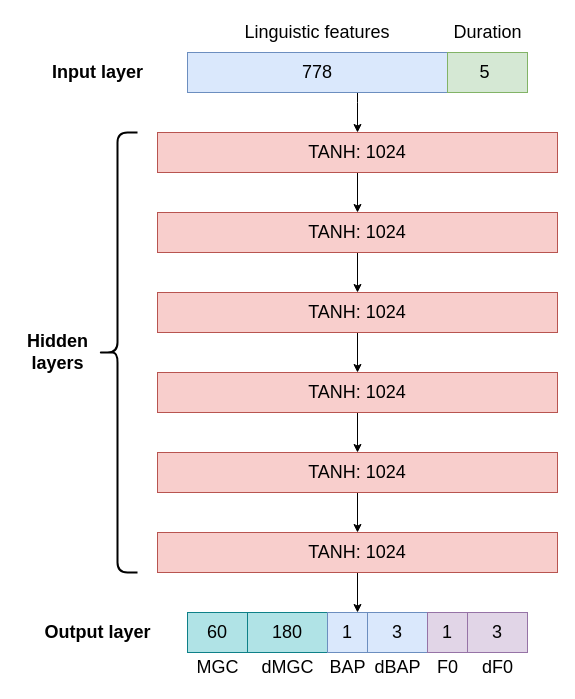
Above: image/acoustic.drawio in trungkien110298/thesis (draw.io), before the change. Source tidied: cells renumbered, new cells numbered last; positions are measured from the earlier drawing's top-left corner, leaving out a move shared by most shapes. Both pictures are drawn from the tidied source at 100%, with x=0, y=0 at pixel (17, 17).
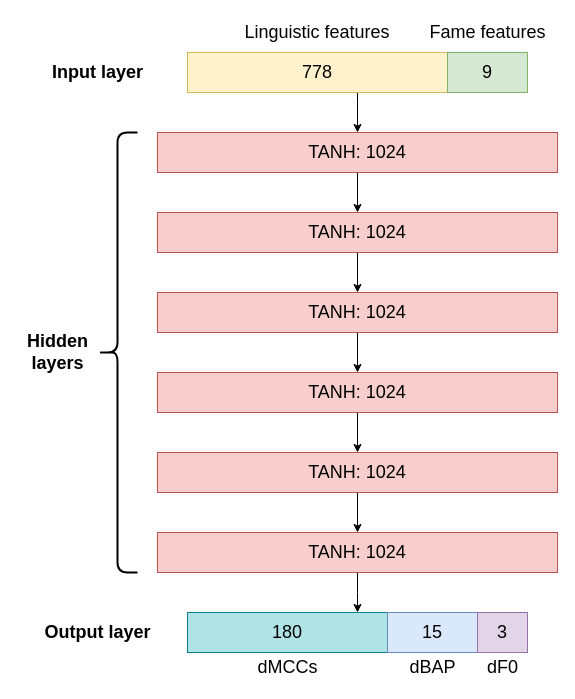
After the change.

Unchanged cells that the change refers to:
```xml
<mxCell id="15" value="TANH: 1024" style="rounded=0;whiteSpace=wrap;html=1;rotation=0;fillColor=#f8cecc;strokeColor=#b85450;fontSize=18;" parent="1" vertex="1">
  <mxGeometry x="140" y="515" width="400" height="40" as="geometry" />
</mxCell>
```

The edit, as a diff of the source:
```diff
@@
-    <mxCell id="3" value="778" style="rounded=0;whiteSpace=wrap;html=1;rotation=0;fillColor=#dae8fc;strokeColor=#6c8ebf;fontSize=18;" parent="1" vertex="1">
+    <mxCell id="3" value="778" style="rounded=0;whiteSpace=wrap;html=1;rotation=0;fillColor=#fff2cc;strokeColor=#d6b656;fontSize=18;" parent="1" vertex="1">
       <mxGeometry x="170" y="35" width="260" height="40" as="geometry" />
     </mxCell>
@@
-    <mxCell id="14" style="edgeStyle=orthogonalEdgeStyle;rounded=0;jettySize=auto;html=1;entryX=0.75;entryY=0;entryDx=0;entryDy=0;fontSize=18;" parent="1" edge="1" source="15" target="23">
-      <mxGeometry relative="1" as="geometry" />
+    <mxCell id="14" style="edgeStyle=orthogonalEdgeStyle;rounded=0;jettySize=auto;html=1;entryX=0.75;entryY=0;entryDx=0;entryDy=0;fontSize=18;" parent="1" edge="1" source="15">
+      <mxGeometry relative="1" as="geometry">
+        <mxPoint x="340" y="595" as="targetPoint" />
+      </mxGeometry>
     </mxCell>
@@
-    <mxCell id="17" value="5&amp;nbsp;" style="rounded=0;whiteSpace=wrap;html=1;rotation=0;fillColor=#d5e8d4;strokeColor=#82b366;fontSize=18;" parent="1" vertex="1">
+    <mxCell id="17" value="9" style="rounded=0;whiteSpace=wrap;html=1;rotation=0;fillColor=#d5e8d4;strokeColor=#82b366;fontSize=18;" parent="1" vertex="1">
       <mxGeometry x="430" y="35" width="80" height="40" as="geometry" />
     </mxCell>
-    <mxCell id="18" value="Duration" style="text;html=1;align=center;verticalAlign=middle;fontSize=18;" parent="1" vertex="1">
-      <mxGeometry x="430" width="80" height="30" as="geometry" />
+    <mxCell id="18" value="Fame features" style="text;html=1;align=center;verticalAlign=middle;fontSize=18;" parent="1" vertex="1">
+      <mxGeometry x="405" width="130" height="30" as="geometry" />
     </mxCell>
-    <mxCell id="19" value="60" style="rounded=0;whiteSpace=wrap;html=1;rotation=0;fillColor=#b0e3e6;strokeColor=#0e8088;fontSize=18;" parent="1" vertex="1">
-      <mxGeometry x="170" y="595" width="60" height="40" as="geometry" />
-    </mxCell>
-    <mxCell id="20" value="MGC" style="text;html=1;align=center;verticalAlign=middle;fontSize=18;" parent="1" vertex="1">
-      <mxGeometry x="170" y="635" width="60" height="30" as="geometry" />
-    </mxCell>
     <mxCell id="21" value="180" style="rounded=0;whiteSpace=wrap;html=1;rotation=0;fillColor=#b0e3e6;strokeColor=#0e8088;fontSize=18;" parent="1" vertex="1">
-      <mxGeometry x="230" y="595" width="80" height="40" as="geometry" />
+      <mxGeometry x="170" y="595" width="200" height="40" as="geometry" />
     </mxCell>
-    <mxCell id="22" value="dMGC" style="text;html=1;align=center;verticalAlign=middle;fontSize=18;" parent="1" vertex="1">
-      <mxGeometry x="235" y="635" width="70" height="30" as="geometry" />
+    <mxCell id="22" value="dMCCs" style="text;html=1;align=center;verticalAlign=middle;fontSize=18;" parent="1" vertex="1">
+      <mxGeometry x="230" y="635" width="80" height="30" as="geometry" />
     </mxCell>
-    <mxCell id="23" value="1" style="rounded=0;whiteSpace=wrap;html=1;rotation=0;fillColor=#dae8fc;strokeColor=#6c8ebf;fontSize=18;" parent="1" vertex="1">
-      <mxGeometry x="310" y="595" width="40" height="40" as="geometry" />
-    </mxCell>
-    <mxCell id="24" value="3" style="rounded=0;whiteSpace=wrap;html=1;rotation=0;fillColor=#dae8fc;strokeColor=#6c8ebf;fontSize=18;" parent="1" vertex="1">
-      <mxGeometry x="350" y="595" width="60" height="40" as="geometry" />
+    <mxCell id="24" value="15" style="rounded=0;whiteSpace=wrap;html=1;rotation=0;fillColor=#dae8fc;strokeColor=#6c8ebf;fontSize=18;" parent="1" vertex="1">
+      <mxGeometry x="370" y="595" width="90" height="40" as="geometry" />
     </mxCell>
-    <mxCell id="25" value="BAP" style="text;html=1;align=center;verticalAlign=middle;fontSize=18;" parent="1" vertex="1">
-      <mxGeometry x="305" y="635" width="50" height="30" as="geometry" />
-    </mxCell>
     <mxCell id="26" value="dBAP" style="text;html=1;align=center;verticalAlign=middle;fontSize=18;" parent="1" vertex="1">
-      <mxGeometry x="350" y="635" width="60" height="30" as="geometry" />
+      <mxGeometry x="385" y="635" width="60" height="30" as="geometry" />
     </mxCell>
-    <mxCell id="27" value="1" style="rounded=0;whiteSpace=wrap;html=1;rotation=0;fillColor=#e1d5e7;strokeColor=#9673a6;fontSize=18;" parent="1" vertex="1">
-      <mxGeometry x="410" y="595" width="40" height="40" as="geometry" />
-    </mxCell>
     <mxCell id="28" value="3" style="rounded=0;whiteSpace=wrap;html=1;rotation=0;fillColor=#e1d5e7;strokeColor=#9673a6;fontSize=18;" parent="1" vertex="1">
-      <mxGeometry x="450" y="595" width="60" height="40" as="geometry" />
+      <mxGeometry x="460" y="595" width="50" height="40" as="geometry" />
     </mxCell>
-    <mxCell id="29" value="F0" style="text;html=1;align=center;verticalAlign=middle;fontSize=18;" parent="1" vertex="1">
-      <mxGeometry x="410" y="635" width="40" height="30" as="geometry" />
-    </mxCell>
     <mxCell id="30" value="dF0" style="text;html=1;align=center;verticalAlign=middle;fontSize=18;" parent="1" vertex="1">
-      <mxGeometry x="455" y="635" width="50" height="30" as="geometry" />
+      <mxGeometry x="460" y="635" width="50" height="30" as="geometry" />
     </mxCell>
```
